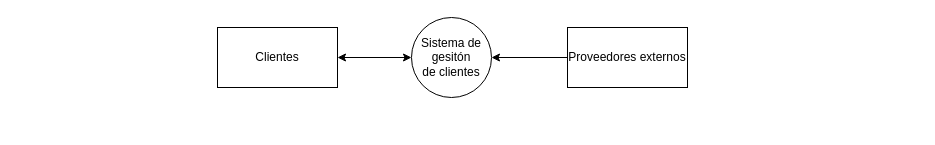
Before: IngenieríaDeSoftware/Práctica 2 Actividad 2/DFDnivel0.drawio in aloantony/TrabajosEnGrupoGII-DalilaTony, a draw.io diagram. Source tidied: cells renumbered, new cells numbered last; positions are measured from the earlier drawing's top-left corner, leaving out a move shared by most shapes. Both pictures are drawn from the tidied source at 100%, with x=0, y=0 at pixel (217, 17).
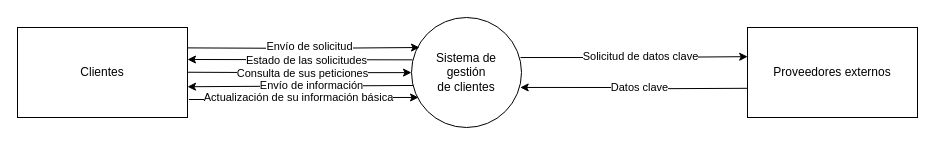
After the change.

Diff of the diagram source:
```diff
@@
-    <mxCell id="2" value="&lt;div&gt;Sistema de &lt;br&gt;&lt;/div&gt;&lt;div&gt;gesitón&lt;/div&gt;&lt;div&gt;de clientes&lt;br&gt;&lt;/div&gt;" style="ellipse;whiteSpace=wrap;html=1;" parent="1" vertex="1">
-      <mxGeometry x="194" width="80" height="80" as="geometry" />
+    <mxCell id="2" value="&lt;div&gt;Sistema de &lt;br&gt;&lt;/div&gt;&lt;div&gt;gestión&lt;/div&gt;&lt;div&gt;de clientes&lt;br&gt;&lt;/div&gt;" style="ellipse;whiteSpace=wrap;html=1;" parent="1" vertex="1">
+      <mxGeometry x="194" width="110" height="110" as="geometry" />
     </mxCell>
+    <mxCell id="7" style="edgeStyle=orthogonalEdgeStyle;rounded=0;orthogonalLoop=1;jettySize=auto;html=1;entryX=-0.005;entryY=0.549;entryDx=0;entryDy=0;entryPerimeter=0;" parent="1" edge="1">
+      <mxGeometry relative="1" as="geometry">
+        <mxPoint x="-39.4" y="54.7" as="sourcePoint" />
+        <mxPoint x="194" y="55.1" as="targetPoint" />
+      </mxGeometry>
+    </mxCell>
+    <mxCell id="8" value="Consulta de sus peticiones" style="edgeLabel;html=1;align=center;verticalAlign=middle;" parent="7" vertex="1">
+      <mxGeometry x="-0.26" y="-2" relative="1" as="geometry">
+        <mxPoint x="37" y="-2" as="offset" />
+      </mxGeometry>
+    </mxCell>
     <mxCell id="3" value="Clientes" style="rounded=0;whiteSpace=wrap;html=1;" parent="1" vertex="1">
-      <mxGeometry y="10" width="120" height="60" as="geometry" />
+      <mxGeometry x="-200" y="10" width="170" height="90" as="geometry" />
     </mxCell>
-    <mxCell id="4" style="edgeStyle=orthogonalEdgeStyle;rounded=0;jettySize=auto;html=1;" parent="1" edge="1" source="5" target="2">
-      <mxGeometry relative="1" as="geometry" />
+    <mxCell id="4" style="edgeStyle=orthogonalEdgeStyle;rounded=0;jettySize=auto;html=1;exitX=-0.001;exitY=0.6;exitDx=0;exitDy=0;exitPerimeter=0;entryX=0.988;entryY=0.636;entryDx=0;entryDy=0;entryPerimeter=0;" parent="1" edge="1" target="2">
+      <mxGeometry relative="1" as="geometry">
+        <mxPoint x="530" y="70.8" as="sourcePoint" />
+      </mxGeometry>
     </mxCell>
+    <mxCell id="9" value="Datos clave" style="edgeLabel;html=1;align=center;verticalAlign=middle;" parent="4" vertex="1">
+      <mxGeometry x="0.07" y="-1" relative="1" as="geometry">
+        <mxPoint x="12" y="1" as="offset" />
+      </mxGeometry>
+    </mxCell>
+    <mxCell id="6" style="edgeStyle=orthogonalEdgeStyle;rounded=0;jettySize=auto;html=1;exitX=1.008;exitY=0.8;exitDx=0;exitDy=0;exitPerimeter=0;entryX=0.064;entryY=0.727;entryDx=0;entryDy=0;entryPerimeter=0;" parent="1" edge="1" source="3" target="2">
+      <mxGeometry relative="1" as="geometry" />
+    </mxCell>
+    <mxCell id="10" value="Actualización de su información básica" style="edgeLabel;html=1;align=center;verticalAlign=middle;" parent="6" vertex="1">
+      <mxGeometry x="0.43" y="-2" relative="1" as="geometry">
+        <mxPoint x="-55" y="-2" as="offset" />
+      </mxGeometry>
+    </mxCell>
+    <mxCell id="11" style="edgeStyle=orthogonalEdgeStyle;rounded=0;orthogonalLoop=1;jettySize=auto;html=1;exitX=1.011;exitY=0.204;exitDx=0;exitDy=0;exitPerimeter=0;" parent="1" edge="1">
+      <mxGeometry relative="1" as="geometry">
+        <mxPoint x="-30" y="30.4" as="sourcePoint" />
+        <mxPoint x="202" y="30" as="targetPoint" />
+      </mxGeometry>
+    </mxCell>
+    <mxCell id="12" value="Envío de solicitud" style="edgeLabel;html=1;align=center;verticalAlign=middle;" parent="11" vertex="1">
+      <mxGeometry x="-0.14" y="2" relative="1" as="geometry">
+        <mxPoint x="21" as="offset" />
+      </mxGeometry>
+    </mxCell>
+    <mxCell id="13" style="endArrow=classic;html=1;rounded=0;exitX=0.009;exitY=0.385;exitDx=0;exitDy=0;exitPerimeter=0;" parent="1" edge="1" source="2">
+      <mxGeometry relative="1" as="geometry">
+        <mxPoint x="-30" y="42" as="targetPoint" />
+      </mxGeometry>
+    </mxCell>
+    <mxCell id="14" value="Estado de las solicitudes" style="edgeLabel;html=1;align=center;verticalAlign=middle;" parent="13" vertex="1">
+      <mxGeometry x="-0.12" relative="1" as="geometry">
+        <mxPoint x="-7" as="offset" />
+      </mxGeometry>
+    </mxCell>
+    <mxCell id="15" style="endArrow=classic;html=1;rounded=0;exitX=0.016;exitY=0.618;exitDx=0;exitDy=0;exitPerimeter=0;entryX=1;entryY=0.658;entryDx=0;entryDy=0;entryPerimeter=0;" parent="1" edge="1" source="2" target="3">
+      <mxGeometry relative="1" as="geometry" />
+    </mxCell>
+    <mxCell id="16" value="Envío de información" style="edgeLabel;html=1;align=center;verticalAlign=middle;" parent="15" vertex="1">
+      <mxGeometry x="-0.1" y="-1" relative="1" as="geometry" />
+    </mxCell>
     <mxCell id="5" value="Proveedores externos" style="rounded=0;whiteSpace=wrap;html=1;" parent="1" vertex="1">
-      <mxGeometry x="350" y="10" width="120" height="60" as="geometry" />
+      <mxGeometry x="530" y="10" width="170" height="90" as="geometry" />
     </mxCell>
-    <mxCell id="6" style="endArrow=classic;startArrow=classic;html=1;rounded=0;exitX=1;exitY=0.5;exitDx=0;exitDy=0;entryX=0;entryY=0.5;entryDx=0;entryDy=0;" parent="1" edge="1" source="3" target="2">
-      <mxGeometry relative="1" as="geometry" />
-    </mxCell>
+    <mxCell id="17" style="edgeStyle=orthogonalEdgeStyle;rounded=0;jettySize=auto;html=1;exitX=0.991;exitY=0.364;exitDx=0;exitDy=0;exitPerimeter=0;entryX=0.001;entryY=0.324;entryDx=0;entryDy=0;entryPerimeter=0;" parent="1" edge="1" source="2" target="5">
+      <mxGeometry relative="1" as="geometry" />
+    </mxCell>
+    <mxCell id="18" value="Solicitud de datos clave" style="edgeLabel;html=1;align=center;verticalAlign=middle;" parent="17" vertex="1">
+      <mxGeometry x="-0.14" y="2" relative="1" as="geometry">
+        <mxPoint x="21" as="offset" />
+      </mxGeometry>
+    </mxCell>
```
